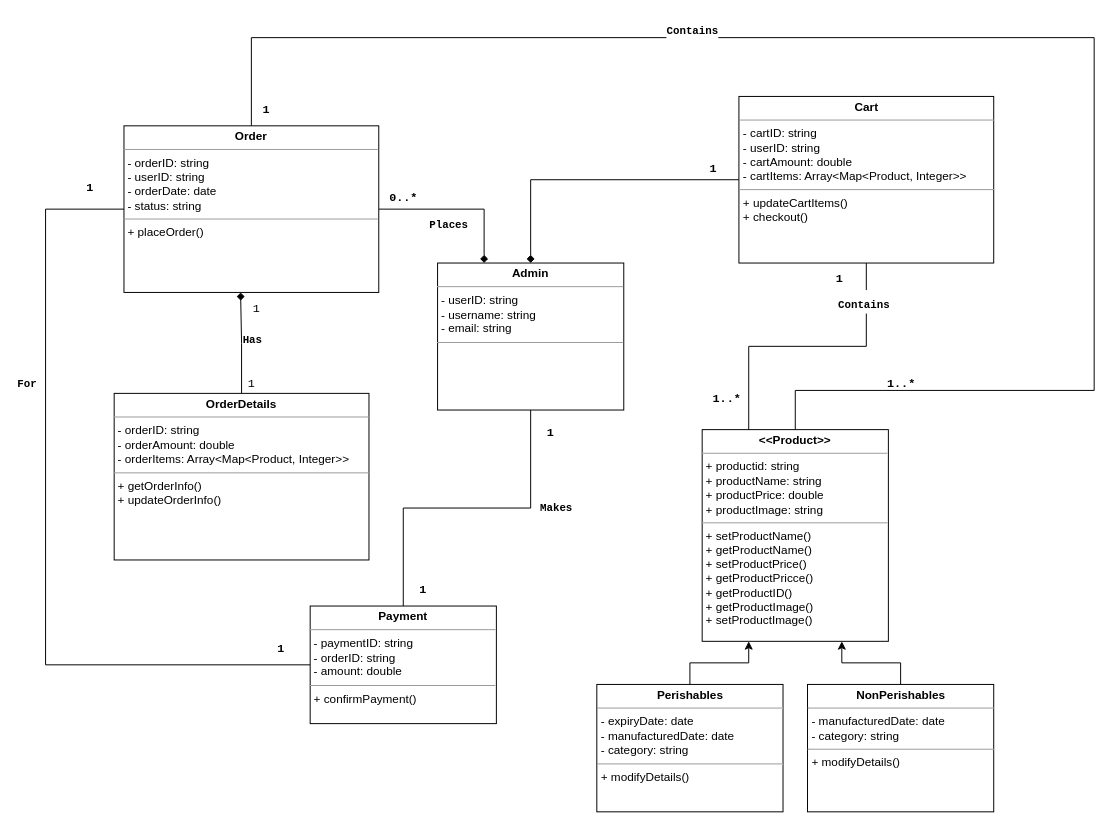
This is resources/Grocery CRUD.drawio from srisri332/groceryCRUDApp, a draw.io file, before an edit. Source tidied: cells renumbered, new cells numbered last; positions are measured from the earlier drawing's top-left corner, leaving out a move shared by most shapes. Both pictures are drawn from the tidied source at 98%, with x=0, y=0 at pixel (25, 37).
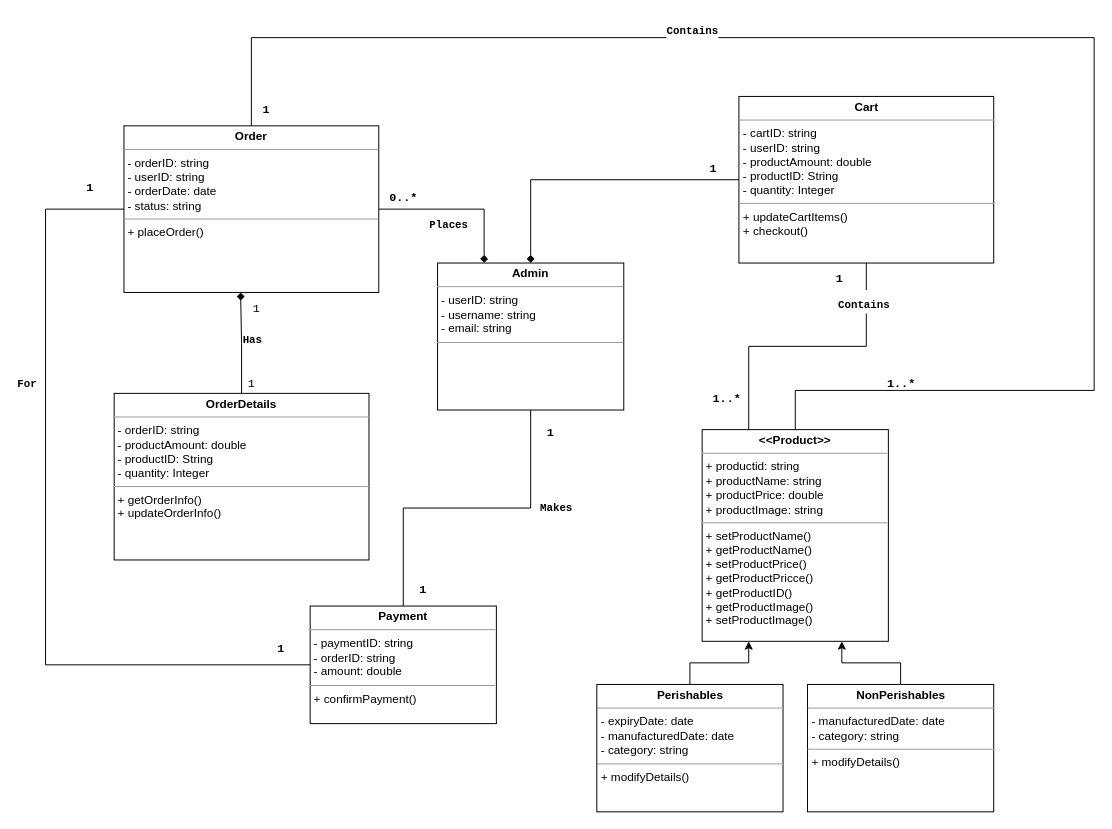
The same page after the edit.

Commit message (it also covers changes not shown here):
Working Cart, Perishable and Non-Perishables

Diff of the diagram source:
```diff
@@
-    <mxCell id="13" value="&lt;p style=&quot;margin:0px;margin-top:4px;text-align:center;&quot;&gt;&lt;b&gt;Cart&lt;/b&gt;&lt;/p&gt;&lt;hr size=&quot;1&quot;&gt;&lt;p style=&quot;margin:0px;margin-left:4px;&quot;&gt;- cartID: string&lt;/p&gt;&lt;p style=&quot;margin:0px;margin-left:4px;&quot;&gt;- userID: string&lt;/p&gt;&lt;p style=&quot;margin:0px;margin-left:4px;&quot;&gt;- cartAmount: double&lt;/p&gt;&lt;p style=&quot;margin:0px;margin-left:4px;&quot;&gt;- cartItems: Array&amp;lt;Map&amp;lt;Product, Integer&amp;gt;&amp;gt;&lt;br&gt;&lt;/p&gt;&lt;hr size=&quot;1&quot;&gt;&lt;p style=&quot;margin:0px;margin-left:4px;&quot;&gt;+ updateCartItems()&lt;/p&gt;&lt;p style=&quot;margin:0px;margin-left:4px;&quot;&gt;+ checkout()&lt;/p&gt;" style="verticalAlign=top;align=left;overflow=fill;fontSize=12;fontFamily=Helvetica;html=1;rounded=0;shadow=0;comic=0;labelBackgroundColor=none;strokeWidth=1;" parent="1" vertex="1">
+    <mxCell id="13" value="&lt;p style=&quot;margin:0px;margin-top:4px;text-align:center;&quot;&gt;&lt;b&gt;Cart&lt;/b&gt;&lt;/p&gt;&lt;hr size=&quot;1&quot;&gt;&lt;p style=&quot;margin:0px;margin-left:4px;&quot;&gt;- cartID: string&lt;/p&gt;&lt;p style=&quot;margin:0px;margin-left:4px;&quot;&gt;- userID: string&lt;/p&gt;&lt;p style=&quot;margin:0px;margin-left:4px;&quot;&gt;-&amp;nbsp;productAmount&lt;span style=&quot;background-color: initial;&quot;&gt;: double&lt;/span&gt;&lt;/p&gt;&lt;p style=&quot;margin:0px;margin-left:4px;&quot;&gt;-&amp;nbsp;productID&lt;span style=&quot;background-color: initial;&quot;&gt;: String&lt;/span&gt;&lt;/p&gt;&lt;p style=&quot;margin:0px;margin-left:4px;&quot;&gt;&lt;span style=&quot;background-color: initial;&quot;&gt;- quantity: Integer&lt;/span&gt;&lt;/p&gt;&lt;hr size=&quot;1&quot;&gt;&lt;p style=&quot;margin:0px;margin-left:4px;&quot;&gt;+ updateCartItems()&lt;/p&gt;&lt;p style=&quot;margin:0px;margin-left:4px;&quot;&gt;+ checkout()&lt;/p&gt;" style="verticalAlign=top;align=left;overflow=fill;fontSize=12;fontFamily=Helvetica;html=1;rounded=0;shadow=0;comic=0;labelBackgroundColor=none;strokeWidth=1;" parent="1" vertex="1">
       <mxGeometry x="727.5" y="59.9" width="260" height="170" as="geometry" />
     </mxCell>
@@
-    <mxCell id="19" value="&lt;p style=&quot;margin:0px;margin-top:4px;text-align:center;&quot;&gt;&lt;b&gt;OrderDetails&lt;/b&gt;&lt;/p&gt;&lt;hr size=&quot;1&quot;&gt;&lt;p style=&quot;margin:0px;margin-left:4px;&quot;&gt;- orderID: string&lt;/p&gt;&lt;p style=&quot;margin:0px;margin-left:4px;&quot;&gt;- orderAmount: double&lt;/p&gt;&lt;p style=&quot;margin:0px;margin-left:4px;&quot;&gt;- orderItems: Array&amp;lt;Map&amp;lt;Product, Integer&amp;gt;&amp;gt;&lt;br&gt;&lt;/p&gt;&lt;hr size=&quot;1&quot;&gt;&lt;p style=&quot;margin:0px;margin-left:4px;&quot;&gt;+ getOrderInfo()&lt;/p&gt;&lt;p style=&quot;margin:0px;margin-left:4px;&quot;&gt;+ updateOrderInfo()&lt;/p&gt;" style="verticalAlign=top;align=left;overflow=fill;fontSize=12;fontFamily=Helvetica;html=1;rounded=0;shadow=0;comic=0;labelBackgroundColor=none;strokeWidth=1;" parent="1" vertex="1">
+    <mxCell id="19" value="&lt;p style=&quot;margin:0px;margin-top:4px;text-align:center;&quot;&gt;&lt;b&gt;OrderDetails&lt;/b&gt;&lt;/p&gt;&lt;hr size=&quot;1&quot;&gt;&lt;p style=&quot;margin:0px;margin-left:4px;&quot;&gt;- orderID: string&lt;/p&gt;&lt;p style=&quot;margin:0px;margin-left:4px;&quot;&gt;- productAmount: double&lt;/p&gt;&lt;p style=&quot;margin:0px;margin-left:4px;&quot;&gt;- productID: String&lt;br&gt;&lt;/p&gt;&lt;p style=&quot;margin:0px;margin-left:4px;&quot;&gt;- quantity: Integer&lt;/p&gt;&lt;hr size=&quot;1&quot;&gt;&lt;p style=&quot;margin:0px;margin-left:4px;&quot;&gt;+ getOrderInfo()&lt;/p&gt;&lt;p style=&quot;margin:0px;margin-left:4px;&quot;&gt;+ updateOrderInfo()&lt;/p&gt;" style="verticalAlign=top;align=left;overflow=fill;fontSize=12;fontFamily=Helvetica;html=1;rounded=0;shadow=0;comic=0;labelBackgroundColor=none;strokeWidth=1;" parent="1" vertex="1">
       <mxGeometry x="90" y="362.9" width="260" height="170" as="geometry" />
     </mxCell>
```
